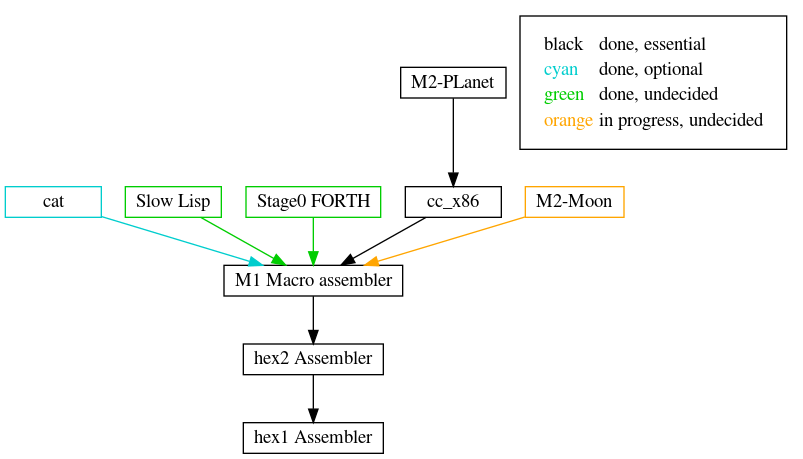
The Graphviz diagram doc/talks/fosdem20/stage-1.png in snnw/mes, before a commit. Its source is kept beside it as doc/talks/fosdem20/stage-1.dot.
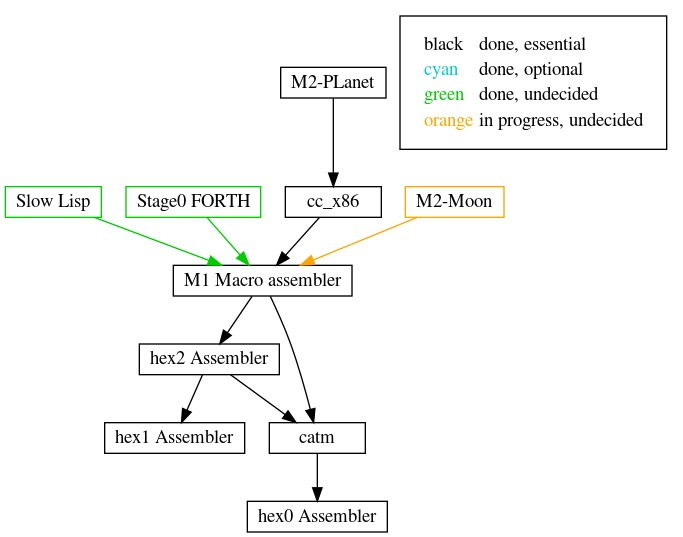
The same file after the commit.

The edit, as a diff of the source:
```diff
@@ -2,13 +2,13 @@
   node[shape=box,width=1,height=0.25];
   edge [height=0.25];
 
-  # "hex0-monitor" [label = "hex0 Monitor", color = black, shape = box];
-  # "hex0-assembler" [label = "hex0 Assembler", color = black, shape = box];
-  # "SET" [label = "SET editor", color = black, shape = box];
-  "hex1-assembler" [label = "hex1 Assembler", color = black, shape = box];
-  "hex2-assembler" [label = "hex2 Assembler", color = black, shape = box];
-  "M1-Macro" [label = "M1 Macro assembler", color = black, shape = box];
-  "cat" [label = "cat", color = cyan3, shape = box];
+  # "hex0 Monitor" [label = "hex0 Monitor", color = black, shape = box];
+  # "hex0 Assembler" [label = "hex0 Assembler", color = black, shape = box];
+  # "SET" [label = "SET editor", color = cyan3, shape = box];
+  "hex1 Assembler" [label = "hex1 Assembler", color = black, shape = box];
+  "hex2 Assembler" [label = "hex2 Assembler", color = black, shape = box];
+  "M1 Macro assembler" [label = "M1 Macro assembler", color = black, shape = box];
+  "catm" [label = "catm", color = black, shape = box];
   "Slow_Lisp" [label = "Slow Lisp", color = green3, shape = box];
   "Stage0-FORTH" [label = "Stage0 FORTH", color = green3, shape = box];
   "cc_x86" [label = "cc_x86", color = black, shape = box];
@@ -18,56 +18,67 @@
   # "?" [label = "?", color = red1, shape = box];
   # "bootstrap-binaries" [label = "bootstrap-binaries", color=red1, shape = box];
   # "mescc-tools" [label = "mescc-tools", color = black, shape = box];
-  # "Mes C Lib.M2" [label = "Mes C Lib.M2", color = red1, shape = box];
-  # "mes.M2" [label = "mes.M2", color = red1, shape = box];
+  # "Mes' Libc M2" [label = "Mes' Libc M2", color = red1, shape = box];
+  # "Mes' M2" [label = "Mes' M2", color = red1, shape = box];
+  # "Mes Libc" [label = "Mes Libc", color = cyan3, shape = box];
+  # "Mes" [label = "Mes", color = cyan3, shape = box];
   # "mescc" [label = "mescc", color = black, shape = box];
-  # "Mes C Lib +tcc" [label = "Mes C Lib +tcc", color = black, shape = box];
+  # "Mes Libc +tcc" [label = "Mes Libc +tcc", color = black, shape = box];
   # "tcc" [label = "tcc", color = black, shape = box];
-  # "Mes C Lib +GNU" [label = "Mes C Lib +GNU", color = black, shape = box];
+  # "Mes Libc +GNU" [label = "Mes Libc +GNU", color = black, shape = box];
   # "gcc-core 2.95.3" [label = "gcc-core 2.95.3", color = black, shape = box];
   # "glibc 2.2.5" [label = "glibc 2.2.5", color = black, shape = box];
   # "gcc 2.95.3" [label = "gcc 2.95.3", color = black, shape = box];
   # "glibc 2.16" [label = "glibc 2.16", color = black, shape = box];
   # "gcc 4.7.4" [label = "gcc 4.7.4", color = black, shape = box];
 
-  # "SET" -> "hex0-monitor" [color = cyan3];
-  # "hex0-assembler" -> "hex0-monitor" [color = black];
-  # "hex1-assembler" -> "hex0-assembler" [color = black];
-  "hex2-assembler" -> "hex1-assembler" [color = black];
-  "M1-Macro" -> "hex2-assembler" [color = black];
-  "cat" -> "M1-Macro" [color = cyan3];
-  "Slow_Lisp" -> "M1-Macro" [color = green3];
-  "Stage0-FORTH" -> "M1-Macro" [color = green3];
-  "cc_x86" -> "M1-Macro" [color = black];
+  # "SET" -> "hex0 Monitor" [color = cyan3];
+  # "hex0 Assembler" -> "hex0 Monitor" [color = black];
+  # "hex1 Assembler" -> "hex0 Assembler" [color = black];
+  "hex2 Assembler" -> "hex1 Assembler" [color = black];
+  "hex2 Assembler" -> "catm" [color = black];
+  "M1 Macro assembler" -> "hex2 Assembler" [color = black];
+  "M1 Macro assembler" -> "catm" [color = black];
+  "catm" -> "hex0 Assembler" [color = black];
+  "Slow_Lisp" -> "M1 Macro assembler" [color = green3];
+  "Stage0-FORTH" -> "M1 Macro assembler" [color = green3];
+  "cc_x86" -> "M1 Macro assembler" [color = black];
   "M2-Planet" -> "cc_x86" [color = black];
-  "M2-Moon" -> "M1-Macro" [color = orange];
+  "M2-Moon" -> "M1 Macro assembler" [color = orange];
 
   # "mescc-tools-seed" -> "cc_x86" [color = black];
   # "mescc-tools" -> "mescc-tools-seed" [color = black];
   # "mescc-tools" -> "M2-Planet" [color = black];
 
-  # "mes.M2" -> "mescc-tools" [color = red1];
-  # "mes.M2" -> "Mes C Lib.M2" [color = red1];
-  # "mes.M2" -> "M2-Planet" [color = red1];
-  # "mescc" -> "mes.M2" [color = black];
+  # "Mes' Libc M2" -> "M2-Planet" [color = red1];
 
-  # "Mes C Lib +tcc" -> "mes.M2" [color = red1];
+  # "Mes' M2" -> "mescc-tools" [color = red1];
+  # "Mes' M2" -> "Mes' Libc M2" [color = red1];
+  # "Mes' M2" -> "M2-Planet" [color = black];
 
-  # "tcc" -> "Mes C Lib +tcc" [color = black];
+  # "Mes" -> "mescc-tools" [color = cyan3];
+  # "Mes" -> "Mes Libc" [color = cyan3];
+
+  # "mescc" -> "Mes' M2" [color = red1];
+  # "mescc" -> "Mes" [color = cyan3];
+
+  # "Mes Libc +tcc" -> "Mes' M2" [color = red1];
+
+  # "tcc" -> "Mes Libc +tcc" [color = black];
   # "tcc" -> "bootstrap-binaries" [color = black];
   # "tcc" -> "mescc" [color = black];
 
-  # "gcc-core 2.95.3" -> "Mes C Lib +GNU " [color = black];
+  # "gcc-core 2.95.3" -> "Mes Libc +GNU " [color = black];
   # "gcc-core 2.95.3" -> "bootstrap-binaries" [color = black];
   # "gcc-core 2.95.3" -> "tcc" [color = black];
 
-  # "make" -> "Mes C Lib +GNU" [color = black];
+  # "make" -> "Mes Libc +GNU" [color = black];
   # "make" -> "tcc" [color = black];
   # "make" -> "bootstrap-binaries" [color = black];
 
   # "glibc 2.2.5" -> "gcc-core 2.95.3" [color = black];
   # "glibc 2.2.5" -> "binutils" [color = black];
-  # "glibc 2.2.5" -> "Mes C Lib +GNU" [color = black];
+  # "glibc 2.2.5" -> "Mes Libc +GNU" [color = black];
   # "glibc 2.2.5" -> "make" [color = black];
   # "glibc 2.2.5" -> "bootstrap-binaries" [color = black];
 
```
